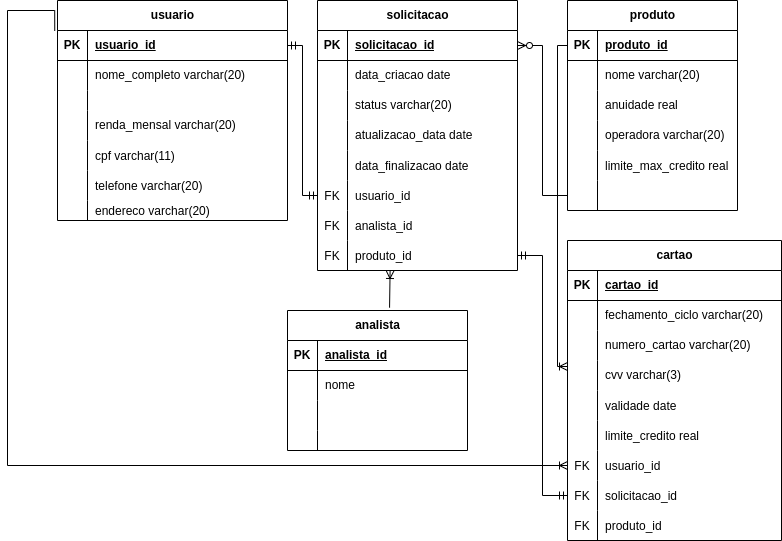
The draw.io diagram Logico.drawio.png in LilianeDavid93/dataBase, before a commit. Source tidied: cells renumbered, new cells last; positions are measured from the earlier drawing's top-left corner, leaving out a move shared by most shapes.
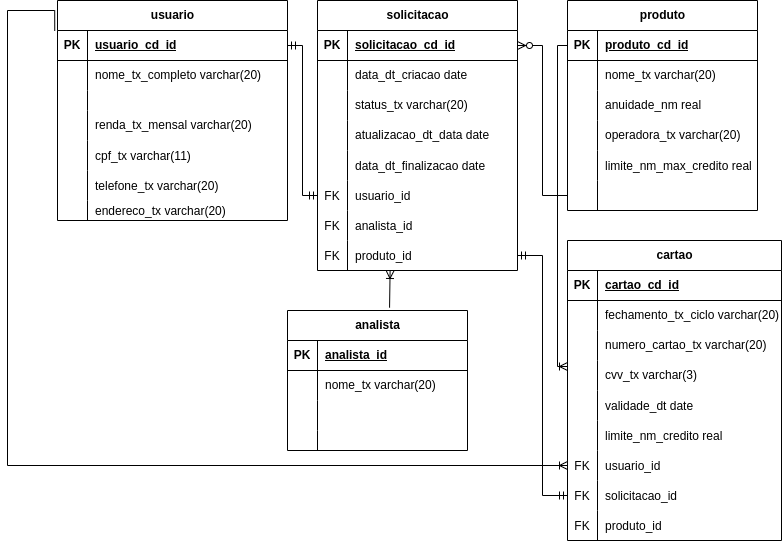
Later version of the same file.

The edit, as a diff of the source:
```diff
@@ -11,7 +11,7 @@
     <mxCell id="4" value="PK" style="shape=partialRectangle;fillColor=none;top=0;left=0;bottom=0;right=0;fontStyle=1;overflow=hidden;whiteSpace=wrap;html=1;" parent="3" vertex="1">
       <mxGeometry width="30" height="30" as="geometry" />
     </mxCell>
-    <mxCell id="5" value="usuario_id" style="shape=partialRectangle;fillColor=none;top=0;left=0;bottom=0;right=0;align=left;spacingLeft=6;fontStyle=5;overflow=hidden;whiteSpace=wrap;html=1;" parent="3" vertex="1">
+    <mxCell id="5" value="usuario_cd_id" style="shape=partialRectangle;fillColor=none;top=0;left=0;bottom=0;right=0;align=left;spacingLeft=6;fontStyle=5;overflow=hidden;whiteSpace=wrap;html=1;" parent="3" vertex="1">
       <mxGeometry x="30" width="200" height="30" as="geometry" />
     </mxCell>
     <mxCell id="6" style="shape=tableRow;horizontal=0;startSize=0;swimlaneHead=0;swimlaneBody=0;fillColor=none;top=0;left=0;right=0;bottom=0;" parent="2" vertex="1">
@@ -20,7 +20,7 @@
     <mxCell id="7" style="shape=partialRectangle;fillColor=none;top=0;left=0;bottom=0;right=0;overflow=hidden;whiteSpace=wrap;html=1;" parent="6" vertex="1">
       <mxGeometry width="30" height="30" as="geometry" />
     </mxCell>
-    <mxCell id="8" value="nome_completo varchar(20)" style="shape=partialRectangle;fillColor=none;top=0;left=0;bottom=0;right=0;align=left;spacingLeft=6;overflow=hidden;whiteSpace=wrap;html=1;" parent="6" vertex="1">
+    <mxCell id="8" value="nome_tx_completo varchar(20)" style="shape=partialRectangle;fillColor=none;top=0;left=0;bottom=0;right=0;align=left;spacingLeft=6;overflow=hidden;whiteSpace=wrap;html=1;" parent="6" vertex="1">
       <mxGeometry x="30" width="200" height="30" as="geometry" />
     </mxCell>
     <mxCell id="9" style="shape=tableRow;horizontal=0;startSize=0;swimlaneHead=0;swimlaneBody=0;fillColor=none;top=0;left=0;right=0;bottom=0;" parent="2" vertex="1">
@@ -38,7 +38,7 @@
     <mxCell id="13" style="shape=partialRectangle;fillColor=none;top=0;left=0;bottom=0;right=0;overflow=hidden;whiteSpace=wrap;html=1;" parent="12" vertex="1">
       <mxGeometry width="30" height="30" as="geometry" />
     </mxCell>
-    <mxCell id="14" value="renda_mensal varchar(20)" style="shape=partialRectangle;fillColor=none;top=0;left=0;bottom=0;right=0;align=left;spacingLeft=6;overflow=hidden;whiteSpace=wrap;html=1;" parent="12" vertex="1">
+    <mxCell id="14" value="renda_tx_mensal varchar(20)" style="shape=partialRectangle;fillColor=none;top=0;left=0;bottom=0;right=0;align=left;spacingLeft=6;overflow=hidden;whiteSpace=wrap;html=1;" parent="12" vertex="1">
       <mxGeometry x="30" width="200" height="30" as="geometry" />
     </mxCell>
     <mxCell id="15" style="shape=tableRow;horizontal=0;startSize=0;swimlaneHead=0;swimlaneBody=0;fillColor=none;top=0;left=0;right=0;bottom=0;" parent="2" vertex="1">
@@ -47,7 +47,7 @@
     <mxCell id="16" style="shape=partialRectangle;fillColor=none;top=0;left=0;bottom=0;right=0;overflow=hidden;" parent="15" vertex="1">
       <mxGeometry width="30" height="30" as="geometry" />
     </mxCell>
-    <mxCell id="17" value="cpf varchar(11)" style="shape=partialRectangle;fillColor=none;top=0;left=0;bottom=0;right=0;align=left;spacingLeft=6;overflow=hidden;" parent="15" vertex="1">
+    <mxCell id="17" value="cpf_tx varchar(11)" style="shape=partialRectangle;fillColor=none;top=0;left=0;bottom=0;right=0;align=left;spacingLeft=6;overflow=hidden;" parent="15" vertex="1">
       <mxGeometry x="30" width="200" height="30" as="geometry" />
     </mxCell>
     <mxCell id="18" style="shape=tableRow;horizontal=0;startSize=0;swimlaneHead=0;swimlaneBody=0;fillColor=none;top=0;left=0;right=0;bottom=0;" parent="2" vertex="1">
@@ -56,7 +56,7 @@
     <mxCell id="19" style="shape=partialRectangle;fillColor=none;top=0;left=0;bottom=0;right=0;overflow=hidden;" parent="18" vertex="1">
       <mxGeometry width="30" height="30" as="geometry" />
     </mxCell>
-    <mxCell id="20" value="telefone varchar(20)" style="shape=partialRectangle;fillColor=none;top=0;left=0;bottom=0;right=0;align=left;spacingLeft=6;overflow=hidden;" parent="18" vertex="1">
+    <mxCell id="20" value="telefone_tx varchar(20)" style="shape=partialRectangle;fillColor=none;top=0;left=0;bottom=0;right=0;align=left;spacingLeft=6;overflow=hidden;" parent="18" vertex="1">
       <mxGeometry x="30" width="200" height="30" as="geometry" />
     </mxCell>
     <mxCell id="21" style="shape=tableRow;horizontal=0;startSize=0;swimlaneHead=0;swimlaneBody=0;fillColor=none;top=0;left=0;right=0;bottom=0;" parent="2" vertex="1">
@@ -65,7 +65,7 @@
     <mxCell id="22" style="shape=partialRectangle;fillColor=none;top=0;left=0;bottom=0;right=0;overflow=hidden;" parent="21" vertex="1">
       <mxGeometry width="30" height="20" as="geometry" />
     </mxCell>
-    <mxCell id="23" value="endereco varchar(20)" style="shape=partialRectangle;fillColor=none;top=0;left=0;bottom=0;right=0;align=left;spacingLeft=6;overflow=hidden;" parent="21" vertex="1">
+    <mxCell id="23" value="endereco_tx varchar(20)" style="shape=partialRectangle;fillColor=none;top=0;left=0;bottom=0;right=0;align=left;spacingLeft=6;overflow=hidden;" parent="21" vertex="1">
       <mxGeometry x="30" width="200" height="20" as="geometry" />
     </mxCell>
     <mxCell id="24" value="solicitacao" style="shape=table;startSize=30;rowLines=0;fontStyle=1;align=center;html=1;" parent="1" vertex="1">
@@ -77,7 +77,7 @@
     <mxCell id="26" value="PK" style="shape=partialRectangle;fillColor=none;top=0;left=0;bottom=0;right=0;fontStyle=1;overflow=hidden;whiteSpace=wrap;html=1;" parent="25" vertex="1">
       <mxGeometry width="30" height="30" as="geometry" />
     </mxCell>
-    <mxCell id="27" value="solicitacao_id" style="shape=partialRectangle;fillColor=none;top=0;left=0;bottom=0;right=0;align=left;spacingLeft=6;fontStyle=5;overflow=hidden;whiteSpace=wrap;html=1;" parent="25" vertex="1">
+    <mxCell id="27" value="solicitacao_cd_id" style="shape=partialRectangle;fillColor=none;top=0;left=0;bottom=0;right=0;align=left;spacingLeft=6;fontStyle=5;overflow=hidden;whiteSpace=wrap;html=1;" parent="25" vertex="1">
       <mxGeometry x="30" width="170" height="30" as="geometry" />
     </mxCell>
     <mxCell id="28" style="shape=tableRow;horizontal=0;startSize=0;swimlaneHead=0;swimlaneBody=0;fillColor=none;top=0;left=0;right=0;bottom=0;" parent="24" vertex="1">
@@ -86,7 +86,7 @@
     <mxCell id="29" style="shape=partialRectangle;fillColor=none;top=0;left=0;bottom=0;right=0;overflow=hidden;whiteSpace=wrap;html=1;" parent="28" vertex="1">
       <mxGeometry width="30" height="30" as="geometry" />
     </mxCell>
-    <mxCell id="30" value="data_criacao date" style="shape=partialRectangle;fillColor=none;top=0;left=0;bottom=0;right=0;align=left;spacingLeft=6;overflow=hidden;whiteSpace=wrap;html=1;" parent="28" vertex="1">
+    <mxCell id="30" value="data_dt_criacao date" style="shape=partialRectangle;fillColor=none;top=0;left=0;bottom=0;right=0;align=left;spacingLeft=6;overflow=hidden;whiteSpace=wrap;html=1;" parent="28" vertex="1">
       <mxGeometry x="30" width="170" height="30" as="geometry" />
     </mxCell>
     <mxCell id="31" style="shape=tableRow;horizontal=0;startSize=0;swimlaneHead=0;swimlaneBody=0;fillColor=none;top=0;left=0;right=0;bottom=0;" parent="24" vertex="1">
@@ -95,7 +95,7 @@
     <mxCell id="32" style="shape=partialRectangle;fillColor=none;top=0;left=0;bottom=0;right=0;overflow=hidden;whiteSpace=wrap;html=1;" parent="31" vertex="1">
       <mxGeometry width="30" height="30" as="geometry" />
     </mxCell>
-    <mxCell id="33" value="status varchar(20)" style="shape=partialRectangle;fillColor=none;top=0;left=0;bottom=0;right=0;align=left;spacingLeft=6;overflow=hidden;whiteSpace=wrap;html=1;" parent="31" vertex="1">
+    <mxCell id="33" value="status_tx varchar(20)" style="shape=partialRectangle;fillColor=none;top=0;left=0;bottom=0;right=0;align=left;spacingLeft=6;overflow=hidden;whiteSpace=wrap;html=1;" parent="31" vertex="1">
       <mxGeometry x="30" width="170" height="30" as="geometry" />
     </mxCell>
     <mxCell id="34" style="shape=tableRow;horizontal=0;startSize=0;swimlaneHead=0;swimlaneBody=0;fillColor=none;top=0;left=0;right=0;bottom=0;" parent="24" vertex="1">
@@ -104,7 +104,7 @@
     <mxCell id="35" style="shape=partialRectangle;fillColor=none;top=0;left=0;bottom=0;right=0;overflow=hidden;whiteSpace=wrap;html=1;" parent="34" vertex="1">
       <mxGeometry width="30" height="30" as="geometry" />
     </mxCell>
-    <mxCell id="36" value="atualizacao_data date" style="shape=partialRectangle;fillColor=none;top=0;left=0;bottom=0;right=0;align=left;spacingLeft=6;overflow=hidden;whiteSpace=wrap;html=1;" parent="34" vertex="1">
+    <mxCell id="36" value="atualizacao_dt_data date" style="shape=partialRectangle;fillColor=none;top=0;left=0;bottom=0;right=0;align=left;spacingLeft=6;overflow=hidden;whiteSpace=wrap;html=1;" parent="34" vertex="1">
       <mxGeometry x="30" width="170" height="30" as="geometry" />
     </mxCell>
     <mxCell id="37" style="shape=tableRow;horizontal=0;startSize=0;swimlaneHead=0;swimlaneBody=0;fillColor=none;top=0;left=0;right=0;bottom=0;" parent="24" vertex="1">
@@ -113,7 +113,7 @@
     <mxCell id="38" style="shape=partialRectangle;fillColor=none;top=0;left=0;bottom=0;right=0;overflow=hidden;" parent="37" vertex="1">
       <mxGeometry width="30" height="30" as="geometry" />
     </mxCell>
-    <mxCell id="39" value="data_finalizacao date" style="shape=partialRectangle;fillColor=none;top=0;left=0;bottom=0;right=0;align=left;spacingLeft=6;overflow=hidden;" parent="37" vertex="1">
+    <mxCell id="39" value="data_dt_finalizacao date" style="shape=partialRectangle;fillColor=none;top=0;left=0;bottom=0;right=0;align=left;spacingLeft=6;overflow=hidden;" parent="37" vertex="1">
       <mxGeometry x="30" width="170" height="30" as="geometry" />
     </mxCell>
     <mxCell id="40" style="shape=tableRow;horizontal=0;startSize=0;swimlaneHead=0;swimlaneBody=0;fillColor=none;points=[[0,0.5],[1,0.5]];portConstraint=eastwest;top=0;left=0;right=0;bottom=0;" parent="24" vertex="1">
@@ -144,61 +144,61 @@
       <mxGeometry x="30" width="170" height="30" as="geometry" />
     </mxCell>
     <mxCell id="49" value="produto" style="shape=table;startSize=30;rowLines=0;fontStyle=1;align=center;html=1;" parent="1" vertex="1">
-      <mxGeometry x="560" width="170" height="210" as="geometry" />
+      <mxGeometry x="560" width="190" height="210" as="geometry" />
     </mxCell>
     <mxCell id="50" style="shape=tableRow;horizontal=0;startSize=0;swimlaneHead=0;swimlaneBody=0;fillColor=none;points=[[0,0.5],[1,0.5]];portConstraint=eastwest;top=0;left=0;right=0;bottom=1;" parent="49" vertex="1">
-      <mxGeometry y="30" width="170" height="30" as="geometry" />
+      <mxGeometry y="30" width="190" height="30" as="geometry" />
     </mxCell>
     <mxCell id="51" value="PK" style="shape=partialRectangle;fillColor=none;top=0;left=0;bottom=0;right=0;fontStyle=1;overflow=hidden;whiteSpace=wrap;html=1;" parent="50" vertex="1">
       <mxGeometry width="30" height="30" as="geometry" />
     </mxCell>
-    <mxCell id="52" value="produto_id" style="shape=partialRectangle;fillColor=none;top=0;left=0;bottom=0;right=0;align=left;spacingLeft=6;fontStyle=5;overflow=hidden;whiteSpace=wrap;html=1;" parent="50" vertex="1">
-      <mxGeometry x="30" width="140" height="30" as="geometry" />
+    <mxCell id="52" value="produto_cd_id" style="shape=partialRectangle;fillColor=none;top=0;left=0;bottom=0;right=0;align=left;spacingLeft=6;fontStyle=5;overflow=hidden;whiteSpace=wrap;html=1;" parent="50" vertex="1">
+      <mxGeometry x="30" width="160" height="30" as="geometry" />
     </mxCell>
     <mxCell id="53" style="shape=tableRow;horizontal=0;startSize=0;swimlaneHead=0;swimlaneBody=0;fillColor=none;top=0;left=0;right=0;bottom=0;" parent="49" vertex="1">
-      <mxGeometry y="60" width="170" height="30" as="geometry" />
+      <mxGeometry y="60" width="190" height="30" as="geometry" />
     </mxCell>
     <mxCell id="54" style="shape=partialRectangle;fillColor=none;top=0;left=0;bottom=0;right=0;overflow=hidden;whiteSpace=wrap;html=1;" parent="53" vertex="1">
       <mxGeometry width="30" height="30" as="geometry" />
     </mxCell>
-    <mxCell id="55" value="nome varchar(20)" style="shape=partialRectangle;fillColor=none;top=0;left=0;bottom=0;right=0;align=left;spacingLeft=6;overflow=hidden;whiteSpace=wrap;html=1;" parent="53" vertex="1">
-      <mxGeometry x="30" width="140" height="30" as="geometry" />
+    <mxCell id="55" value="nome_tx varchar(20)" style="shape=partialRectangle;fillColor=none;top=0;left=0;bottom=0;right=0;align=left;spacingLeft=6;overflow=hidden;whiteSpace=wrap;html=1;" parent="53" vertex="1">
+      <mxGeometry x="30" width="160" height="30" as="geometry" />
     </mxCell>
     <mxCell id="56" style="shape=tableRow;horizontal=0;startSize=0;swimlaneHead=0;swimlaneBody=0;fillColor=none;top=0;left=0;right=0;bottom=0;" parent="49" vertex="1">
-      <mxGeometry y="90" width="170" height="30" as="geometry" />
+      <mxGeometry y="90" width="190" height="30" as="geometry" />
     </mxCell>
     <mxCell id="57" style="shape=partialRectangle;fillColor=none;top=0;left=0;bottom=0;right=0;overflow=hidden;whiteSpace=wrap;html=1;" parent="56" vertex="1">
       <mxGeometry width="30" height="30" as="geometry" />
     </mxCell>
-    <mxCell id="58" value="anuidade real" style="shape=partialRectangle;fillColor=none;top=0;left=0;bottom=0;right=0;align=left;spacingLeft=6;overflow=hidden;whiteSpace=wrap;html=1;" parent="56" vertex="1">
-      <mxGeometry x="30" width="140" height="30" as="geometry" />
+    <mxCell id="58" value="anuidade_nm real" style="shape=partialRectangle;fillColor=none;top=0;left=0;bottom=0;right=0;align=left;spacingLeft=6;overflow=hidden;whiteSpace=wrap;html=1;" parent="56" vertex="1">
+      <mxGeometry x="30" width="160" height="30" as="geometry" />
     </mxCell>
     <mxCell id="59" style="shape=tableRow;horizontal=0;startSize=0;swimlaneHead=0;swimlaneBody=0;fillColor=none;top=0;left=0;right=0;bottom=0;" parent="49" vertex="1">
-      <mxGeometry y="120" width="170" height="30" as="geometry" />
+      <mxGeometry y="120" width="190" height="30" as="geometry" />
     </mxCell>
     <mxCell id="60" style="shape=partialRectangle;fillColor=none;top=0;left=0;bottom=0;right=0;overflow=hidden;whiteSpace=wrap;html=1;" parent="59" vertex="1">
       <mxGeometry width="30" height="30" as="geometry" />
     </mxCell>
-    <mxCell id="61" value="operadora varchar(20)" style="shape=partialRectangle;fillColor=none;top=0;left=0;bottom=0;right=0;align=left;spacingLeft=6;overflow=hidden;whiteSpace=wrap;html=1;" parent="59" vertex="1">
-      <mxGeometry x="30" width="140" height="30" as="geometry" />
+    <mxCell id="61" value="operadora_tx varchar(20)" style="shape=partialRectangle;fillColor=none;top=0;left=0;bottom=0;right=0;align=left;spacingLeft=6;overflow=hidden;whiteSpace=wrap;html=1;" parent="59" vertex="1">
+      <mxGeometry x="30" width="160" height="30" as="geometry" />
     </mxCell>
     <mxCell id="62" style="shape=tableRow;horizontal=0;startSize=0;swimlaneHead=0;swimlaneBody=0;fillColor=none;top=0;left=0;right=0;bottom=0;" parent="49" vertex="1">
-      <mxGeometry y="150" width="170" height="30" as="geometry" />
+      <mxGeometry y="150" width="190" height="30" as="geometry" />
     </mxCell>
     <mxCell id="63" style="shape=partialRectangle;fillColor=none;top=0;left=0;bottom=0;right=0;overflow=hidden;" parent="62" vertex="1">
       <mxGeometry width="30" height="30" as="geometry" />
     </mxCell>
-    <mxCell id="64" value="limite_max_credito real" style="shape=partialRectangle;fillColor=none;top=0;left=0;bottom=0;right=0;align=left;spacingLeft=6;overflow=hidden;" parent="62" vertex="1">
-      <mxGeometry x="30" width="140" height="30" as="geometry" />
+    <mxCell id="64" value="limite_nm_max_credito real" style="shape=partialRectangle;fillColor=none;top=0;left=0;bottom=0;right=0;align=left;spacingLeft=6;overflow=hidden;" parent="62" vertex="1">
+      <mxGeometry x="30" width="160" height="30" as="geometry" />
     </mxCell>
     <mxCell id="65" style="shape=tableRow;horizontal=0;startSize=0;swimlaneHead=0;swimlaneBody=0;fillColor=none;points=[[0,0.5],[1,0.5]];portConstraint=eastwest;top=0;left=0;right=0;bottom=0;" parent="49" vertex="1">
-      <mxGeometry y="180" width="170" height="30" as="geometry" />
+      <mxGeometry y="180" width="190" height="30" as="geometry" />
     </mxCell>
     <mxCell id="66" style="shape=partialRectangle;fillColor=none;top=0;left=0;bottom=0;right=0;overflow=hidden;" parent="65" vertex="1">
       <mxGeometry width="30" height="30" as="geometry" />
     </mxCell>
     <mxCell id="67" style="shape=partialRectangle;fillColor=none;top=0;left=0;bottom=0;right=0;align=left;spacingLeft=6;overflow=hidden;" parent="65" vertex="1">
-      <mxGeometry x="30" width="140" height="30" as="geometry" />
+      <mxGeometry x="30" width="160" height="30" as="geometry" />
     </mxCell>
     <mxCell id="68" value="analista" style="shape=table;startSize=30;rowLines=0;fontStyle=1;align=center;html=1;" parent="1" vertex="1">
       <mxGeometry x="280" y="310" width="180" height="140" as="geometry" />
@@ -218,7 +218,7 @@
     <mxCell id="73" style="shape=partialRectangle;fillColor=none;top=0;left=0;bottom=0;right=0;overflow=hidden;whiteSpace=wrap;html=1;" parent="72" vertex="1">
       <mxGeometry width="30" height="30" as="geometry" />
     </mxCell>
-    <mxCell id="74" value="nome" style="shape=partialRectangle;fillColor=none;top=0;left=0;bottom=0;right=0;align=left;spacingLeft=6;overflow=hidden;whiteSpace=wrap;html=1;" parent="72" vertex="1">
+    <mxCell id="74" value="nome_tx varchar(20)" style="shape=partialRectangle;fillColor=none;top=0;left=0;bottom=0;right=0;align=left;spacingLeft=6;overflow=hidden;whiteSpace=wrap;html=1;" parent="72" vertex="1">
       <mxGeometry x="30" width="150" height="30" as="geometry" />
     </mxCell>
     <mxCell id="75" style="shape=tableRow;horizontal=0;startSize=0;swimlaneHead=0;swimlaneBody=0;fillColor=none;top=0;left=0;right=0;bottom=0;" parent="68" vertex="1">
@@ -248,7 +248,7 @@
     <mxCell id="83" value="PK" style="shape=partialRectangle;fillColor=none;top=0;left=0;bottom=0;right=0;fontStyle=1;overflow=hidden;whiteSpace=wrap;html=1;" parent="82" vertex="1">
       <mxGeometry width="30" height="30" as="geometry" />
     </mxCell>
-    <mxCell id="84" value="cartao_id" style="shape=partialRectangle;fillColor=none;top=0;left=0;bottom=0;right=0;align=left;spacingLeft=6;fontStyle=5;overflow=hidden;whiteSpace=wrap;html=1;" parent="82" vertex="1">
+    <mxCell id="84" value="cartao_cd_id" style="shape=partialRectangle;fillColor=none;top=0;left=0;bottom=0;right=0;align=left;spacingLeft=6;fontStyle=5;overflow=hidden;whiteSpace=wrap;html=1;" parent="82" vertex="1">
       <mxGeometry x="30" width="184" height="30" as="geometry" />
     </mxCell>
     <mxCell id="85" style="shape=tableRow;horizontal=0;startSize=0;swimlaneHead=0;swimlaneBody=0;fillColor=none;top=0;left=0;right=0;bottom=0;" parent="81" vertex="1">
@@ -257,7 +257,7 @@
     <mxCell id="86" style="shape=partialRectangle;fillColor=none;top=0;left=0;bottom=0;right=0;overflow=hidden;whiteSpace=wrap;html=1;" parent="85" vertex="1">
       <mxGeometry width="30" height="30" as="geometry" />
     </mxCell>
-    <mxCell id="87" value="fechamento_ciclo varchar(20)" style="shape=partialRectangle;fillColor=none;top=0;left=0;bottom=0;right=0;align=left;spacingLeft=6;overflow=hidden;whiteSpace=wrap;html=1;" parent="85" vertex="1">
+    <mxCell id="87" value="fechamento_tx_ciclo varchar(20)" style="shape=partialRectangle;fillColor=none;top=0;left=0;bottom=0;right=0;align=left;spacingLeft=6;overflow=hidden;whiteSpace=wrap;html=1;" parent="85" vertex="1">
       <mxGeometry x="30" width="184" height="30" as="geometry" />
     </mxCell>
     <mxCell id="88" style="shape=tableRow;horizontal=0;startSize=0;swimlaneHead=0;swimlaneBody=0;fillColor=none;top=0;left=0;right=0;bottom=0;" parent="81" vertex="1">
@@ -266,7 +266,7 @@
     <mxCell id="89" style="shape=partialRectangle;fillColor=none;top=0;left=0;bottom=0;right=0;overflow=hidden;whiteSpace=wrap;html=1;" parent="88" vertex="1">
       <mxGeometry width="30" height="30" as="geometry" />
     </mxCell>
-    <mxCell id="90" value="numero_cartao varchar(20)" style="shape=partialRectangle;fillColor=none;top=0;left=0;bottom=0;right=0;align=left;spacingLeft=6;overflow=hidden;whiteSpace=wrap;html=1;" parent="88" vertex="1">
+    <mxCell id="90" value="numero_cartao_tx varchar(20)" style="shape=partialRectangle;fillColor=none;top=0;left=0;bottom=0;right=0;align=left;spacingLeft=6;overflow=hidden;whiteSpace=wrap;html=1;" parent="88" vertex="1">
       <mxGeometry x="30" width="184" height="30" as="geometry" />
     </mxCell>
     <mxCell id="91" style="shape=tableRow;horizontal=0;startSize=0;swimlaneHead=0;swimlaneBody=0;fillColor=none;top=0;left=0;right=0;bottom=0;" parent="81" vertex="1">
@@ -275,7 +275,7 @@
     <mxCell id="92" style="shape=partialRectangle;fillColor=none;top=0;left=0;bottom=0;right=0;overflow=hidden;whiteSpace=wrap;html=1;" parent="91" vertex="1">
       <mxGeometry width="30" height="30" as="geometry" />
     </mxCell>
-    <mxCell id="93" value="cvv varchar(3)" style="shape=partialRectangle;fillColor=none;top=0;left=0;bottom=0;right=0;align=left;spacingLeft=6;overflow=hidden;whiteSpace=wrap;html=1;" parent="91" vertex="1">
+    <mxCell id="93" value="cvv_tx varchar(3)" style="shape=partialRectangle;fillColor=none;top=0;left=0;bottom=0;right=0;align=left;spacingLeft=6;overflow=hidden;whiteSpace=wrap;html=1;" parent="91" vertex="1">
       <mxGeometry x="30" width="184" height="30" as="geometry" />
     </mxCell>
     <mxCell id="94" style="shape=tableRow;horizontal=0;startSize=0;swimlaneHead=0;swimlaneBody=0;fillColor=none;top=0;left=0;right=0;bottom=0;" parent="81" vertex="1">
@@ -284,7 +284,7 @@
     <mxCell id="95" style="shape=partialRectangle;fillColor=none;top=0;left=0;bottom=0;right=0;overflow=hidden;" parent="94" vertex="1">
       <mxGeometry width="30" height="30" as="geometry" />
     </mxCell>
-    <mxCell id="96" value="validade date" style="shape=partialRectangle;fillColor=none;top=0;left=0;bottom=0;right=0;align=left;spacingLeft=6;overflow=hidden;" parent="94" vertex="1">
+    <mxCell id="96" value="validade_dt date" style="shape=partialRectangle;fillColor=none;top=0;left=0;bottom=0;right=0;align=left;spacingLeft=6;overflow=hidden;" parent="94" vertex="1">
       <mxGeometry x="30" width="184" height="30" as="geometry" />
     </mxCell>
     <mxCell id="97" style="shape=tableRow;horizontal=0;startSize=0;swimlaneHead=0;swimlaneBody=0;fillColor=none;top=0;left=0;right=0;bottom=0;" parent="81" vertex="1">
@@ -293,7 +293,7 @@
     <mxCell id="98" style="shape=partialRectangle;fillColor=none;top=0;left=0;bottom=0;right=0;overflow=hidden;" parent="97" vertex="1">
       <mxGeometry width="30" height="30" as="geometry" />
     </mxCell>
-    <mxCell id="99" value="limite_credito real" style="shape=partialRectangle;fillColor=none;top=0;left=0;bottom=0;right=0;align=left;spacingLeft=6;overflow=hidden;" parent="97" vertex="1">
+    <mxCell id="99" value="limite_nm_credito real" style="shape=partialRectangle;fillColor=none;top=0;left=0;bottom=0;right=0;align=left;spacingLeft=6;overflow=hidden;" parent="97" vertex="1">
       <mxGeometry x="30" width="184" height="30" as="geometry" />
     </mxCell>
     <mxCell id="100" style="shape=tableRow;horizontal=0;startSize=0;swimlaneHead=0;swimlaneBody=0;fillColor=none;points=[[0,0.5],[1,0.5]];portConstraint=eastwest;top=0;left=0;right=0;bottom=0;" parent="81" vertex="1">
```
